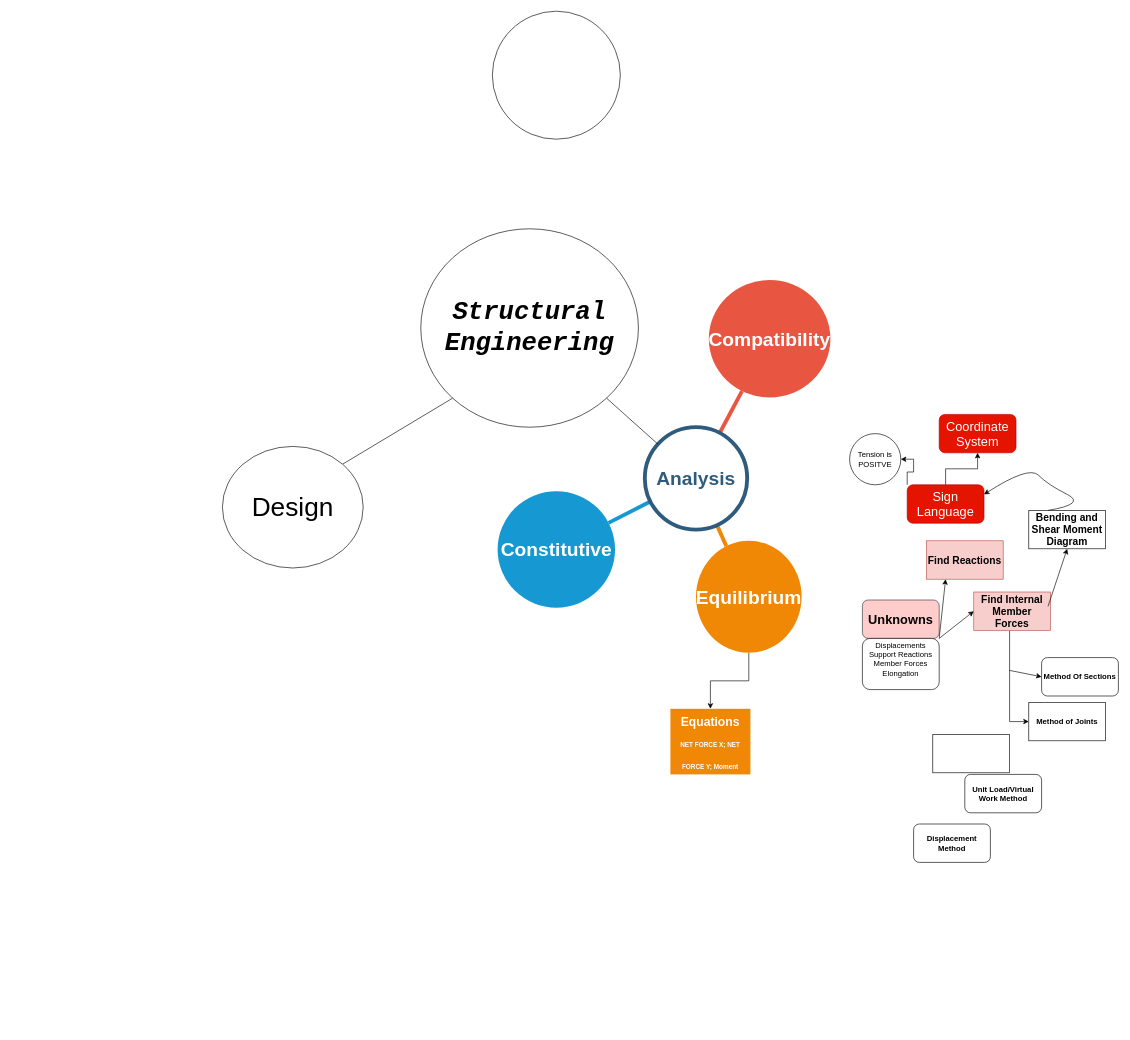
The draw.io diagram StructuralEng.drawio in em329-unity/MindMaps, before the edit. Source tidied: cells renumbered, new cells numbered last; positions are measured from the earlier drawing's top-left corner, leaving out a move shared by most shapes. Both pictures are drawn from the tidied source at 64%, with x=0, y=0 at pixel (222, 11).
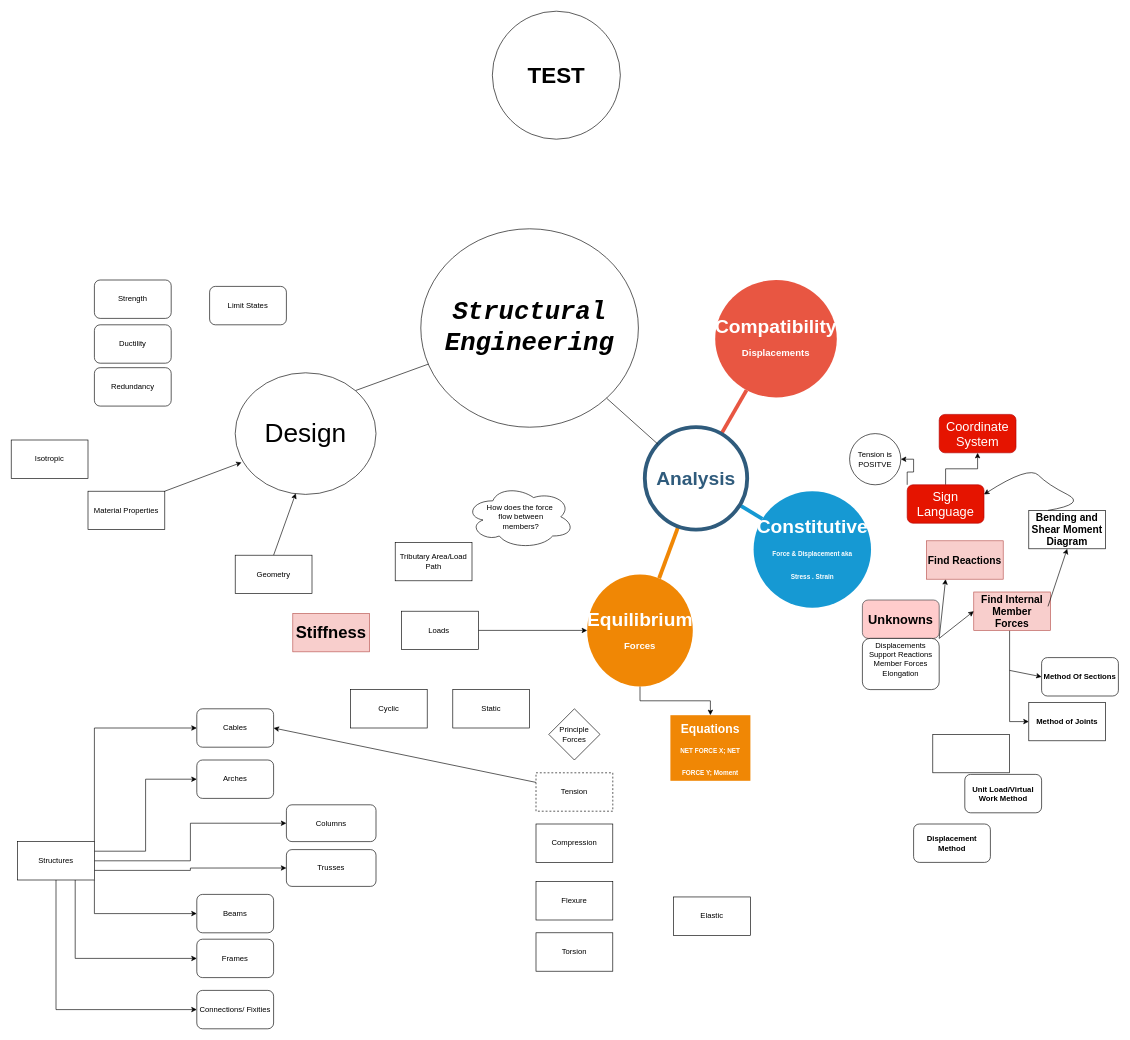
The same diagram, later.

Unchanged cells that the change refers to:
```xml
<mxCell id="22" value="&lt;font face=&quot;Courier New&quot; style=&quot;font-size: 40px;&quot;&gt;&lt;b style=&quot;&quot;&gt;&lt;i style=&quot;&quot;&gt;Structural Engineering&lt;/i&gt;&lt;/b&gt;&lt;/font&gt;" style="ellipse;whiteSpace=wrap;html=1;" parent="1" vertex="1">
  <mxGeometry x="310" y="340" width="340" height="310" as="geometry" />
</mxCell>
```

Change to the diagram source:
```diff
@@
-    <mxCell id="2" value="Constitutive" style="ellipse;whiteSpace=wrap;html=1;shadow=0;fontFamily=Helvetica;fontSize=30;fontColor=#FFFFFF;align=center;strokeWidth=3;fillColor=#1699D3;strokeColor=none;fontStyle=1;" parent="1" vertex="1">
-      <mxGeometry x="430" y="750" width="183.5" height="182" as="geometry" />
+    <mxCell id="2" value="Constitutive&lt;div&gt;&lt;font size=&quot;1&quot;&gt;Force &amp;amp; Displacement aka&lt;/font&gt;&lt;/div&gt;&lt;div&gt;&lt;font size=&quot;1&quot;&gt;Stress . Strain&lt;/font&gt;&lt;/div&gt;" style="ellipse;whiteSpace=wrap;html=1;shadow=0;fontFamily=Helvetica;fontSize=30;fontColor=#FFFFFF;align=center;strokeWidth=3;fillColor=#1699D3;strokeColor=none;fontStyle=1;" parent="1" vertex="1">
+      <mxGeometry x="830" y="750" width="183.5" height="182" as="geometry" />
     </mxCell>
-    <mxCell id="3" value="Compatibility" style="ellipse;whiteSpace=wrap;html=1;shadow=0;fontFamily=Helvetica;fontSize=30;fontColor=#FFFFFF;align=center;strokeWidth=3;fillColor=#E85642;strokeColor=none;fontStyle=1;" parent="1" vertex="1">
-      <mxGeometry x="760" y="420" width="190" height="183.5" as="geometry" />
+    <mxCell id="3" value="Compatibility&lt;div style=&quot;line-height: 110%;&quot;&gt;&lt;font style=&quot;font-size: 15px;&quot;&gt;Displacements&lt;/font&gt;&lt;/div&gt;" style="ellipse;whiteSpace=wrap;html=1;shadow=0;fontFamily=Helvetica;fontSize=30;fontColor=#FFFFFF;align=center;strokeWidth=3;fillColor=#E85642;strokeColor=none;fontStyle=1;" parent="1" vertex="1">
+      <mxGeometry x="770" y="420" width="190" height="183.5" as="geometry" />
     </mxCell>
@@
-    <mxCell id="5" value="Equilibrium" style="ellipse;whiteSpace=wrap;html=1;shadow=0;fontFamily=Helvetica;fontSize=30;fontColor=#FFFFFF;align=center;strokeWidth=3;fillColor=#F08705;strokeColor=none;fontStyle=1;" parent="1" vertex="1">
-      <mxGeometry x="740" y="827.5" width="165" height="175" as="geometry" />
+    <mxCell id="5" value="Equilibrium&lt;div&gt;&lt;font style=&quot;font-size: 15px;&quot;&gt;Forces&lt;/font&gt;&lt;/div&gt;" style="ellipse;whiteSpace=wrap;html=1;shadow=0;fontFamily=Helvetica;fontSize=30;fontColor=#FFFFFF;align=center;strokeWidth=3;fillColor=#F08705;strokeColor=none;fontStyle=1;" parent="1" vertex="1">
+      <mxGeometry x="570" y="880" width="165" height="175" as="geometry" />
     </mxCell>
@@
     <mxCell id="10" value="&lt;font style=&quot;font-size: 19px;&quot;&gt;Equations&lt;/font&gt;&lt;div style=&quot;line-height: 90%;&quot;&gt;&lt;font style=&quot;font-size: 10px;&quot;&gt;NET FORCE X; NET FORCE Y; Moment&lt;/font&gt;&lt;/div&gt;" style="whiteSpace=wrap;html=1;fontSize=30;fillColor=#F08705;strokeColor=none;fontColor=#FFFFFF;shadow=0;strokeWidth=3;fontStyle=1;" parent="1" vertex="1">
-      <mxGeometry x="700" y="1090" width="125" height="102.5" as="geometry" />
+      <mxGeometry x="700" y="1100" width="125" height="102.5" as="geometry" />
     </mxCell>
@@
-    <mxCell id="24" style="endArrow=none;html=1;rounded=0;entryX=0;entryY=1;entryDx=0;entryDy=0;exitX=1;exitY=0;exitDx=0;exitDy=0;" parent="1" edge="1" source="25" target="22">
+    <mxCell id="24" style="endArrow=none;html=1;rounded=0;exitX=1;exitY=0;exitDx=0;exitDy=0;" parent="1" edge="1" source="25" target="22">
       <mxGeometry relative="1" as="geometry" />
     </mxCell>
     <mxCell id="25" value="&lt;font style=&quot;font-size: 41px;&quot;&gt;Design&lt;/font&gt;" style="ellipse;whiteSpace=wrap;html=1;" parent="1" vertex="1">
-      <mxGeometry y="680" width="220" height="190" as="geometry" />
+      <mxGeometry x="20" y="565" width="220" height="190" as="geometry" />
     </mxCell>
-    <mxCell id="26" style="ellipse;whiteSpace=wrap;html=1;" parent="1" vertex="1">
+    <mxCell id="26" value="&lt;b&gt;&lt;font style=&quot;font-size: 35px;&quot;&gt;TEST&lt;/font&gt;&lt;/b&gt;" style="ellipse;whiteSpace=wrap;html=1;" parent="1" vertex="1">
       <mxGeometry x="421.8" width="200" height="200" as="geometry" />
     </mxCell>
@@
+    <mxCell id="38" style="rounded=0;jettySize=auto;html=1;exitX=0.5;exitY=0;exitDx=0;exitDy=0;entryX=0.43;entryY=0.992;entryDx=0;entryDy=0;elbow=vertical;entryPerimeter=0;" parent="1" edge="1" source="39" target="25">
+      <mxGeometry relative="1" as="geometry" />
+    </mxCell>
+    <mxCell id="39" value="Geometry" style="whiteSpace=wrap;html=1;" parent="1" vertex="1">
+      <mxGeometry x="20" y="850" width="120" height="60" as="geometry" />
+    </mxCell>
+    <mxCell id="40" value="Material Properties" style="whiteSpace=wrap;html=1;" parent="1" vertex="1">
+      <mxGeometry x="-210" y="750" width="120" height="60" as="geometry" />
+    </mxCell>
+    <mxCell id="41" style="edgeStyle=orthogonalEdgeStyle;rounded=0;jettySize=auto;html=1;exitX=1;exitY=0.5;exitDx=0;exitDy=0;" parent="1" edge="1" source="42" target="5">
+      <mxGeometry relative="1" as="geometry" />
+    </mxCell>
+    <mxCell id="42" value="Loads&amp;nbsp;" style="whiteSpace=wrap;html=1;" parent="1" vertex="1">
+      <mxGeometry x="280" y="937.5" width="120" height="60" as="geometry" />
+    </mxCell>
+    <mxCell id="43" value="Cyclic" style="whiteSpace=wrap;html=1;" parent="1" vertex="1">
+      <mxGeometry x="200" y="1060" width="120" height="60" as="geometry" />
+    </mxCell>
+    <mxCell id="44" value="Static" style="whiteSpace=wrap;html=1;" parent="1" vertex="1">
+      <mxGeometry x="360" y="1060" width="120" height="60" as="geometry" />
+    </mxCell>
+    <mxCell id="45" style="rounded=0;jettySize=auto;html=1;exitX=1;exitY=0;exitDx=0;exitDy=0;entryX=0.045;entryY=0.737;entryDx=0;entryDy=0;entryPerimeter=0;" parent="1" edge="1" source="40" target="25">
+      <mxGeometry relative="1" as="geometry" />
+    </mxCell>
+    <mxCell id="46" style="rounded=0;jettySize=auto;html=1;exitX=0;exitY=0.25;exitDx=0;exitDy=0;entryX=1;entryY=0.5;entryDx=0;entryDy=0;" parent="1" edge="1" source="47" target="59">
+      <mxGeometry relative="1" as="geometry" />
+    </mxCell>
+    <mxCell id="47" value="Tension" style="whiteSpace=wrap;html=1;dashed=1;" parent="1" vertex="1">
+      <mxGeometry x="490" y="1190" width="120" height="60" as="geometry" />
+    </mxCell>
+    <mxCell id="48" value="Compression" style="whiteSpace=wrap;html=1;" parent="1" vertex="1">
+      <mxGeometry x="490" y="1270" width="120" height="60" as="geometry" />
+    </mxCell>
+    <mxCell id="49" value="Flexure" style="whiteSpace=wrap;html=1;" parent="1" vertex="1">
+      <mxGeometry x="490" y="1360" width="120" height="60" as="geometry" />
+    </mxCell>
+    <mxCell id="50" value="Torsion" style="whiteSpace=wrap;html=1;" parent="1" vertex="1">
+      <mxGeometry x="490" y="1440" width="120" height="60" as="geometry" />
+    </mxCell>
+    <mxCell id="51" style="edgeStyle=orthogonalEdgeStyle;rounded=0;jettySize=auto;html=1;exitX=1;exitY=0;exitDx=0;exitDy=0;entryX=0;entryY=0.5;entryDx=0;entryDy=0;" parent="1" edge="1" source="58" target="59">
+      <mxGeometry relative="1" as="geometry" />
+    </mxCell>
+    <mxCell id="52" style="edgeStyle=orthogonalEdgeStyle;rounded=0;jettySize=auto;html=1;exitX=1;exitY=0.25;exitDx=0;exitDy=0;entryX=0;entryY=0.5;entryDx=0;entryDy=0;" parent="1" edge="1" source="58" target="60">
+      <mxGeometry relative="1" as="geometry" />
+    </mxCell>
+    <mxCell id="53" style="edgeStyle=orthogonalEdgeStyle;rounded=0;jettySize=auto;html=1;exitX=1;exitY=0.5;exitDx=0;exitDy=0;entryX=0;entryY=0.5;entryDx=0;entryDy=0;" parent="1" edge="1" source="58" target="64">
+      <mxGeometry relative="1" as="geometry" />
+    </mxCell>
+    <mxCell id="54" style="edgeStyle=orthogonalEdgeStyle;rounded=0;jettySize=auto;html=1;exitX=1;exitY=0.75;exitDx=0;exitDy=0;entryX=0;entryY=0.5;entryDx=0;entryDy=0;" parent="1" edge="1" source="58" target="63">
+      <mxGeometry relative="1" as="geometry" />
+    </mxCell>
+    <mxCell id="55" style="edgeStyle=orthogonalEdgeStyle;rounded=0;jettySize=auto;html=1;exitX=1;exitY=1;exitDx=0;exitDy=0;entryX=0;entryY=0.5;entryDx=0;entryDy=0;" parent="1" edge="1" source="58" target="61">
+      <mxGeometry relative="1" as="geometry" />
+    </mxCell>
+    <mxCell id="56" style="edgeStyle=orthogonalEdgeStyle;rounded=0;jettySize=auto;html=1;exitX=0.75;exitY=1;exitDx=0;exitDy=0;entryX=0;entryY=0.5;entryDx=0;entryDy=0;" parent="1" edge="1" source="58" target="62">
+      <mxGeometry relative="1" as="geometry" />
+    </mxCell>
+    <mxCell id="57" style="edgeStyle=orthogonalEdgeStyle;rounded=0;jettySize=auto;html=1;exitX=0.5;exitY=1;exitDx=0;exitDy=0;entryX=0;entryY=0.5;entryDx=0;entryDy=0;" parent="1" edge="1" source="58" target="65">
+      <mxGeometry relative="1" as="geometry" />
+    </mxCell>
+    <mxCell id="58" value="Structures" style="whiteSpace=wrap;html=1;" parent="1" vertex="1">
+      <mxGeometry x="-320" y="1297.5" width="120" height="60" as="geometry" />
+    </mxCell>
+    <mxCell id="59" value="Cables" style="rounded=1;whiteSpace=wrap;html=1;" parent="1" vertex="1">
+      <mxGeometry x="-40" y="1090" width="120" height="60" as="geometry" />
+    </mxCell>
+    <mxCell id="60" value="Arches" style="rounded=1;whiteSpace=wrap;html=1;" parent="1" vertex="1">
+      <mxGeometry x="-40" y="1170" width="120" height="60" as="geometry" />
+    </mxCell>
+    <mxCell id="61" value="Beams" style="rounded=1;whiteSpace=wrap;html=1;" parent="1" vertex="1">
+      <mxGeometry x="-40" y="1380" width="120" height="60" as="geometry" />
+    </mxCell>
+    <mxCell id="62" value="Frames" style="rounded=1;whiteSpace=wrap;html=1;" parent="1" vertex="1">
+      <mxGeometry x="-40" y="1450" width="120" height="60" as="geometry" />
+    </mxCell>
+    <mxCell id="63" value="Trusses" style="rounded=1;whiteSpace=wrap;html=1;" parent="1" vertex="1">
+      <mxGeometry x="100" y="1310" width="140" height="57.5" as="geometry" />
+    </mxCell>
+    <mxCell id="64" value="Columns" style="rounded=1;whiteSpace=wrap;html=1;" parent="1" vertex="1">
+      <mxGeometry x="100" y="1240" width="140" height="57.5" as="geometry" />
+    </mxCell>
+    <mxCell id="65" value="Connections/ Fixities" style="rounded=1;whiteSpace=wrap;html=1;" parent="1" vertex="1">
+      <mxGeometry x="-40" y="1530" width="120" height="60" as="geometry" />
+    </mxCell>
+    <mxCell id="66" value="Principle Forces" style="rhombus;whiteSpace=wrap;html=1;" parent="1" vertex="1">
+      <mxGeometry x="510" y="1090" width="80" height="80" as="geometry" />
+    </mxCell>
+    <mxCell id="67" value="How does the force&lt;div&gt;&amp;nbsp;flow between&lt;/div&gt;&lt;div&gt;&amp;nbsp;members?&lt;/div&gt;" style="ellipse;shape=cloud;whiteSpace=wrap;html=1;" parent="1" vertex="1">
+      <mxGeometry x="380" y="740" width="170" height="100" as="geometry" />
+    </mxCell>
+    <mxCell id="68" value="Stiffness" style="rounded=0;whiteSpace=wrap;html=1;fillColor=#f8cecc;strokeColor=#b85450;fontSize=26;fontStyle=1;" parent="1" vertex="1">
+      <mxGeometry x="110" y="941" width="120" height="60" as="geometry" />
+    </mxCell>
+    <mxCell id="69" value="Strength" style="rounded=1;whiteSpace=wrap;html=1;" parent="1" vertex="1">
+      <mxGeometry x="-200" y="420" width="120" height="60" as="geometry" />
+    </mxCell>
+    <mxCell id="70" value="Ductility" style="rounded=1;whiteSpace=wrap;html=1;" parent="1" vertex="1">
+      <mxGeometry x="-200" y="490" width="120" height="60" as="geometry" />
+    </mxCell>
+    <mxCell id="71" value="Redundancy" style="rounded=1;whiteSpace=wrap;html=1;" parent="1" vertex="1">
+      <mxGeometry x="-200" y="557" width="120" height="60" as="geometry" />
+    </mxCell>
+    <mxCell id="72" value="Limit States" style="rounded=1;whiteSpace=wrap;html=1;" parent="1" vertex="1">
+      <mxGeometry x="-20" y="430" width="120" height="60" as="geometry" />
+    </mxCell>
+    <mxCell id="73" value="Tributary Area/Load Path" style="rounded=0;whiteSpace=wrap;html=1;" parent="1" vertex="1">
+      <mxGeometry x="270" y="830" width="120" height="60" as="geometry" />
+    </mxCell>
+    <mxCell id="74" value="Elastic" style="rounded=0;whiteSpace=wrap;html=1;" parent="1" vertex="1">
+      <mxGeometry x="705" y="1384" width="120" height="60" as="geometry" />
+    </mxCell>
+    <mxCell id="75" value="Isotropic" style="rounded=0;whiteSpace=wrap;html=1;" parent="1" vertex="1">
+      <mxGeometry x="-330" y="670" width="120" height="60" as="geometry" />
+    </mxCell>
```
